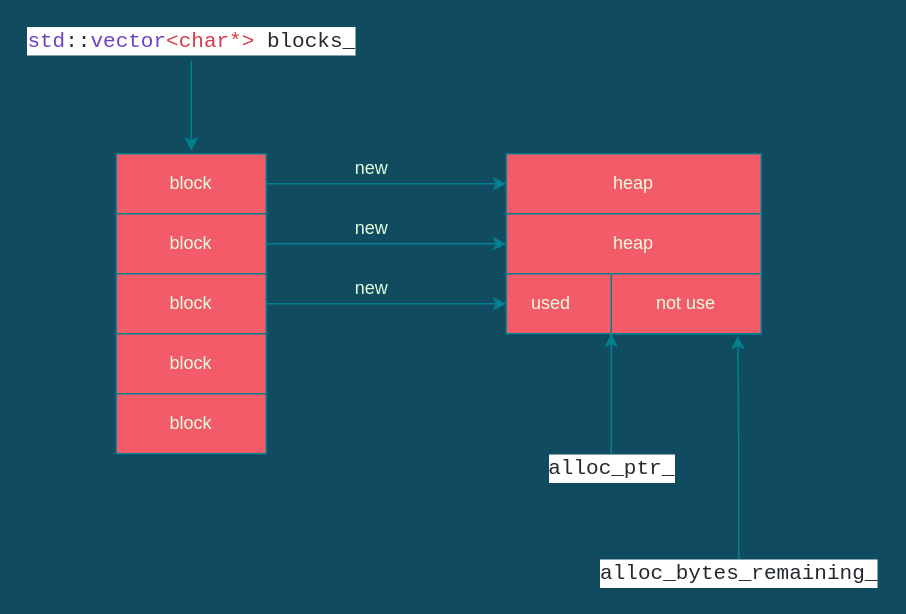
This is 20211005_1.drawio from RiverFerry/picBed, a draw.io file, before an edit. Source tidied: cells renumbered, new cells numbered last; positions are measured from the earlier drawing's top-left corner, leaving out a move shared by most shapes. Both pictures are drawn from the tidied source at 150%, with x=0, y=0 at pixel (26, 26).
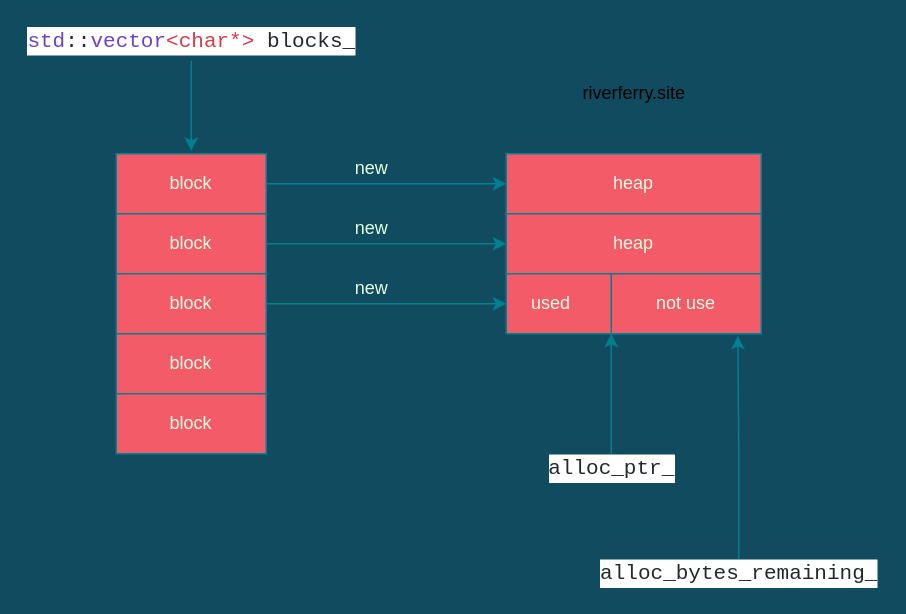
Above is the later version.

The edit, as a diff of the source:
```diff
@@
+    <mxCell id="29" value="riverferry.site" style="text;html=1;align=center;verticalAlign=middle;" parent="1" vertex="1">
+      <mxGeometry x="365" y="35" width="80" height="20" as="geometry" />
+    </mxCell>
```
